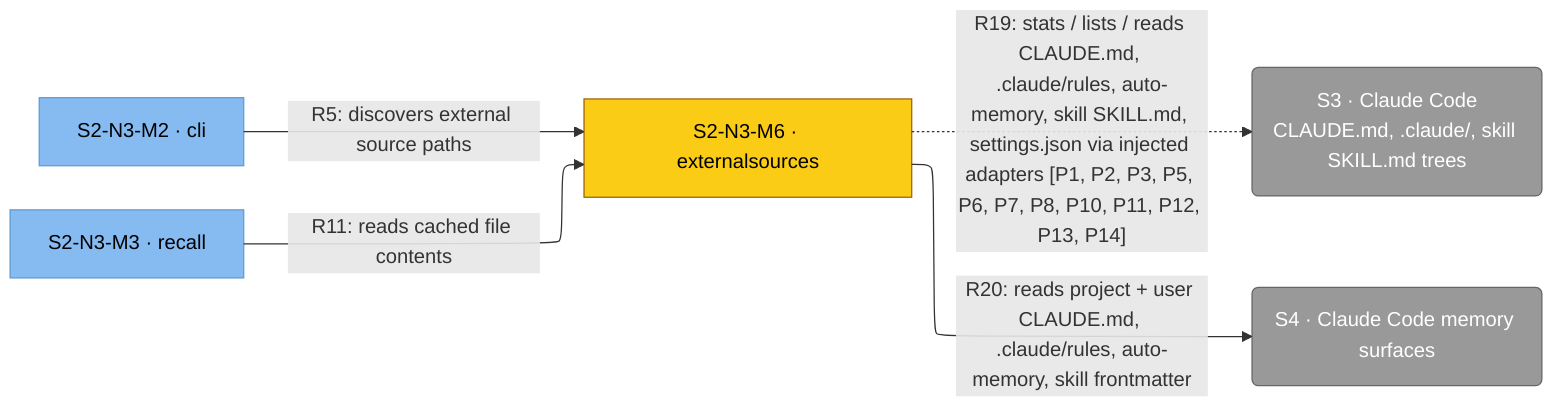
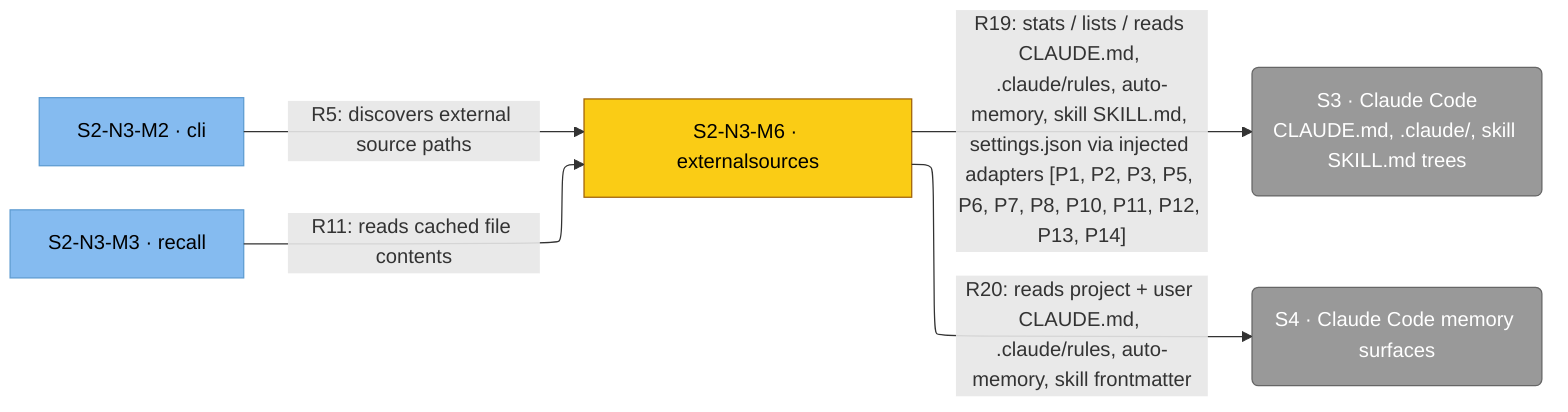
%%{init: {'flowchart': {'defaultRenderer': 'elk'}}}%%
flowchart LR
    classDef person      fill:#08427b,stroke:#052e56,color:#fff
    classDef external    fill:#999,   stroke:#666,   color:#fff
    classDef container   fill:#1168bd,stroke:#0b4884,color:#fff
    classDef component   fill:#85bbf0,stroke:#5d9bd1,color:#000
    classDef focus       fill:#facc15,stroke:#a16207,color:#000

    s2-n3-m6["S2-N3-M6 · externalsources"]
    s2-n3-m2["S2-N3-M2 · cli"]
    s2-n3-m3["S2-N3-M3 · recall"]
    s3("S3 · Claude Code<br/>CLAUDE.md, .claude/, skill SKILL.md trees")
    s4("S4 · Claude Code memory surfaces")

    s2-n3-m2 -->|"R5: discovers external source paths"| s2-n3-m6
    s2-n3-m3 -->|"R11: reads cached file contents"| s2-n3-m6
-     s2-n3-m6 -.->|"R19: stats / lists / reads CLAUDE.md, .claude/rules, auto-memory, skill SKILL.md, settings.json via injected adapters [P1, P2, P3, P5, P6, P7, P8, P10, P11, P12, P13, P14]"| s3
+     s2-n3-m6 -->|"R19: stats / lists / reads CLAUDE.md, .claude/rules, auto-memory, skill SKILL.md, settings.json via injected adapters [P1, P2, P3, P5, P6, P7, P8, P10, P11, P12, P13, P14]"| s3
    s2-n3-m6 -->|"R20: reads project + user CLAUDE.md, .claude/rules, auto-memory, skill frontmatter"| s4

    class s3,s4 external
    class s2-n3-m2,s2-n3-m3 component
    class s2-n3-m6 focus
